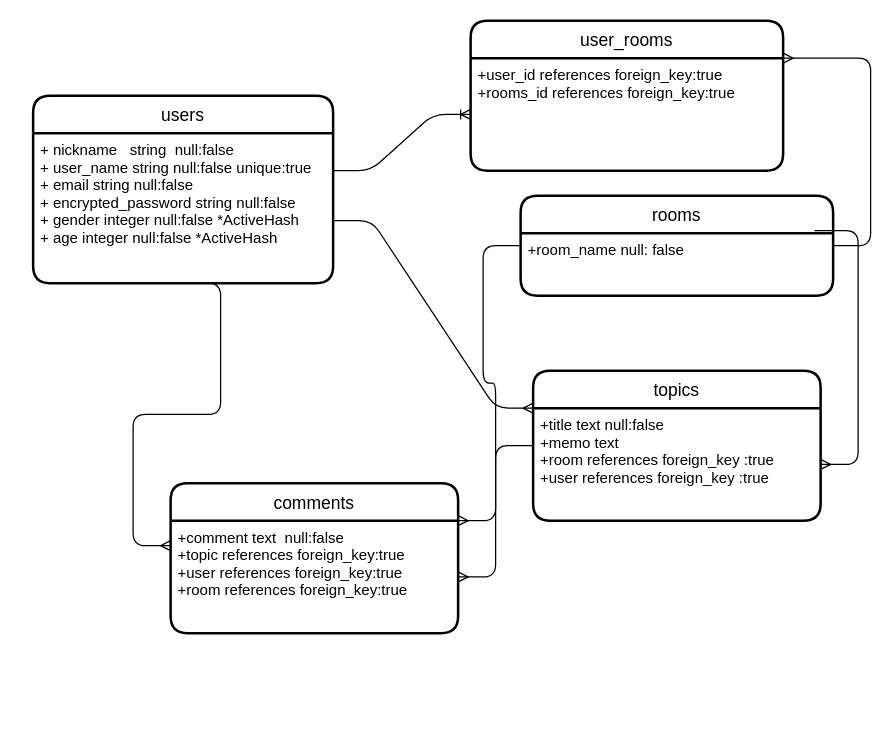
The draw.io diagram ER.dio in sekimosan/shovelu, before the edit. Source tidied: cells renumbered, new cells numbered last; positions are measured from the earlier drawing's top-left corner, leaving out a move shared by most shapes. Both pictures are drawn from the tidied source at 125%, with x=0, y=0 at pixel (32, 20).
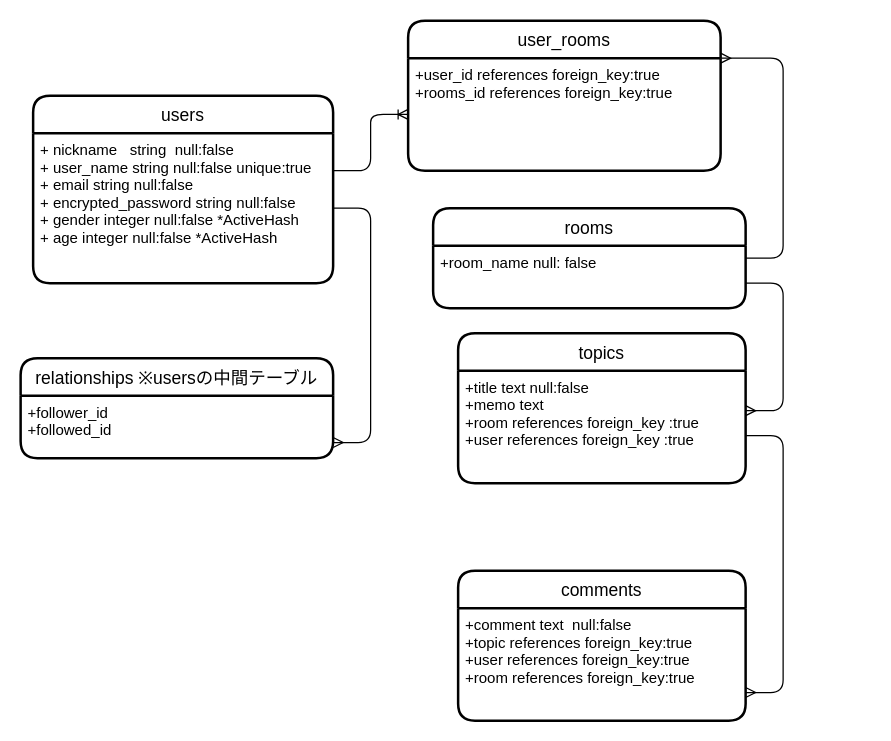
The same page after the edit.

The change refers to these unchanged cells:
```xml
<mxCell id="4" value="+ nickname   string  null:false&#10;+ user_name string null:false unique:true&#10;+ email string null:false&#10;+ encrypted_password string null:false&#10;+ gender integer null:false *ActiveHash&#10;+ age integer null:false *ActiveHash&#10;" style="align=left;strokeColor=none;fillColor=none;spacingLeft=4;fontSize=12;verticalAlign=top;" parent="2" vertex="1">
  <mxGeometry y="30" width="240" height="120" as="geometry" />
</mxCell>
<mxCell id="6" value="+title text null:false&#10;+memo text &#10;+room references foreign_key :true&#10;+user references foreign_key :true" style="align=left;strokeColor=none;fillColor=none;spacingLeft=4;fontSize=12;verticalAlign=top;" parent="5" vertex="1">
  <mxGeometry y="30" width="230" height="90" as="geometry" />
</mxCell>
<mxCell id="9" value="+comment text  null:false&#10;+topic references foreign_key:true&#10;+user references foreign_key:true&#10;+room references foreign_key:true" style="align=left;strokeColor=none;fillColor=none;spacingLeft=4;fontSize=12;verticalAlign=top;" parent="8" vertex="1">
  <mxGeometry y="30" width="230" height="90" as="geometry" />
</mxCell>
```

Change to the diagram source:
```diff
@@
     <mxCell id="5" value="topics" style="swimlane;horizontal=1;startSize=30;rounded=1;fontSize=14;fontStyle=0;strokeWidth=2;shadow=0;dashed=0;align=center;" parent="1" vertex="1">
-      <mxGeometry x="400" y="280" width="230" height="120" as="geometry" />
+      <mxGeometry x="340" y="250" width="230" height="120" as="geometry" />
     </mxCell>
@@
     <mxCell id="8" value="comments" style="swimlane;horizontal=1;startSize=30;rounded=1;fontSize=14;fontStyle=0;strokeWidth=2;shadow=0;dashed=0;align=center;" parent="1" vertex="1">
-      <mxGeometry x="110" y="370" width="230" height="120" as="geometry" />
+      <mxGeometry x="340" y="440" width="230" height="120" as="geometry" />
     </mxCell>
@@
-    <mxCell id="10" style="edgeStyle=entityRelationEdgeStyle;fontSize=12;html=1;endArrow=ERmany;exitX=0;exitY=0.5;exitDx=0;exitDy=0;entryX=1;entryY=0.5;entryDx=0;entryDy=0;" parent="1" edge="1" source="5" target="9">
-      <mxGeometry relative="1" as="geometry" />
-    </mxCell>
     <mxCell id="11" value="user_rooms" style="swimlane;horizontal=1;startSize=30;rounded=1;fontSize=14;fontStyle=0;strokeWidth=2;shadow=0;dashed=0;align=center;" parent="1" vertex="1">
-      <mxGeometry x="350" width="250" height="120" as="geometry" />
+      <mxGeometry x="300" width="250" height="120" as="geometry" />
     </mxCell>
@@
-    <mxCell id="13" style="edgeStyle=entityRelationEdgeStyle;fontSize=12;html=1;endArrow=ERmany;exitX=0.5;exitY=1;exitDx=0;exitDy=0;" parent="1" edge="1" source="4">
-      <mxGeometry relative="1" as="geometry">
-        <mxPoint x="110" y="420" as="targetPoint" />
-      </mxGeometry>
+    <mxCell id="13" style="edgeStyle=entityRelationEdgeStyle;fontSize=12;html=1;endArrow=ERmany;exitX=1;exitY=0.5;exitDx=0;exitDy=0;entryX=1;entryY=0.75;entryDx=0;entryDy=0;" parent="1" edge="1" source="4" target="25">
+      <mxGeometry relative="1" as="geometry" />
     </mxCell>
@@
     <mxCell id="16" value="rooms" style="swimlane;horizontal=1;startSize=30;rounded=1;fontSize=14;fontStyle=0;strokeWidth=2;shadow=0;dashed=0;align=center;" parent="1" vertex="1">
-      <mxGeometry x="390" y="140" width="250" height="80" as="geometry" />
+      <mxGeometry x="320" y="150" width="250" height="80" as="geometry" />
     </mxCell>
@@
-    <mxCell id="19" style="edgeStyle=entityRelationEdgeStyle;fontSize=12;html=1;endArrow=ERmany;exitX=0.94;exitY=0.35;exitDx=0;exitDy=0;exitPerimeter=0;" parent="1" edge="1" source="16" target="6">
-      <mxGeometry relative="1" as="geometry" />
-    </mxCell>
-    <mxCell id="20" style="edgeStyle=entityRelationEdgeStyle;fontSize=12;html=1;endArrow=ERmany;exitX=1.004;exitY=0.583;exitDx=0;exitDy=0;exitPerimeter=0;entryX=0;entryY=0;entryDx=0;entryDy=0;" parent="1" edge="1" source="4" target="6">
-      <mxGeometry relative="1" as="geometry" />
-    </mxCell>
-    <mxCell id="21" style="edgeStyle=entityRelationEdgeStyle;fontSize=12;html=1;endArrow=ERmany;exitX=0;exitY=0.5;exitDx=0;exitDy=0;entryX=1;entryY=0.25;entryDx=0;entryDy=0;" parent="1" edge="1" source="16" target="8">
-      <mxGeometry relative="1" as="geometry" />
-    </mxCell>
+    <mxCell id="22" style="edgeStyle=entityRelationEdgeStyle;fontSize=12;html=1;endArrow=ERmany;entryX=1;entryY=0.356;entryDx=0;entryDy=0;entryPerimeter=0;" parent="1" edge="1" target="6">
+      <mxGeometry relative="1" as="geometry">
+        <mxPoint x="570" y="210" as="sourcePoint" />
+      </mxGeometry>
+    </mxCell>
+    <mxCell id="23" style="edgeStyle=entityRelationEdgeStyle;fontSize=12;html=1;endArrow=ERmany;exitX=1;exitY=0.578;exitDx=0;exitDy=0;exitPerimeter=0;entryX=1;entryY=0.75;entryDx=0;entryDy=0;" parent="1" edge="1" source="6" target="9">
+      <mxGeometry relative="1" as="geometry" />
+    </mxCell>
+    <mxCell id="24" value="relationships ※usersの中間テーブル" style="swimlane;horizontal=1;startSize=30;rounded=1;fontSize=14;fontStyle=0;strokeWidth=2;shadow=0;dashed=0;align=center;" parent="1" vertex="1">
+      <mxGeometry x="-10" y="270" width="250" height="80" as="geometry" />
+    </mxCell>
+    <mxCell id="25" value="+follower_id  &#10;+followed_id" style="align=left;strokeColor=none;fillColor=none;spacingLeft=4;fontSize=12;verticalAlign=top;" parent="24" vertex="1">
+      <mxGeometry y="30" width="250" height="50" as="geometry" />
+    </mxCell>
+    <mxCell id="26" style="edgeStyle=orthogonalEdgeStyle;rounded=0;orthogonalLoop=1;jettySize=auto;html=1;exitX=0.5;exitY=1;exitDx=0;exitDy=0;" parent="24" edge="1" source="25" target="25">
+      <mxGeometry relative="1" as="geometry" />
+    </mxCell>
```
